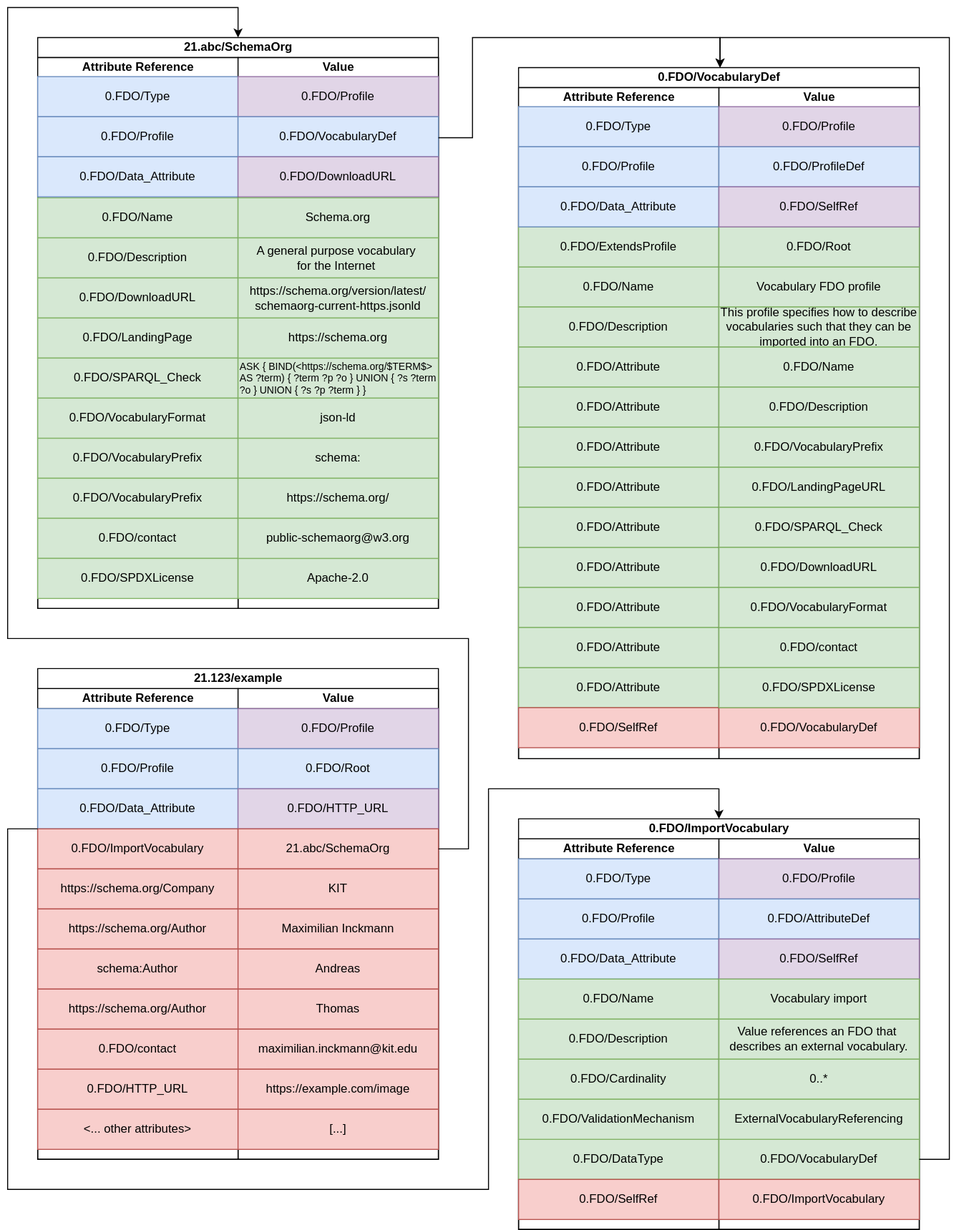
maximiliani/fdo-architecture-spec keeps this draw.io diagram as preview/external-voc-ref/img/external-vocab-attribute.svg. Above is the earlier version. Source tidied: cells renumbered, new cells last; positions are measured from the earlier drawing's top-left corner, leaving out a move shared by most shapes.
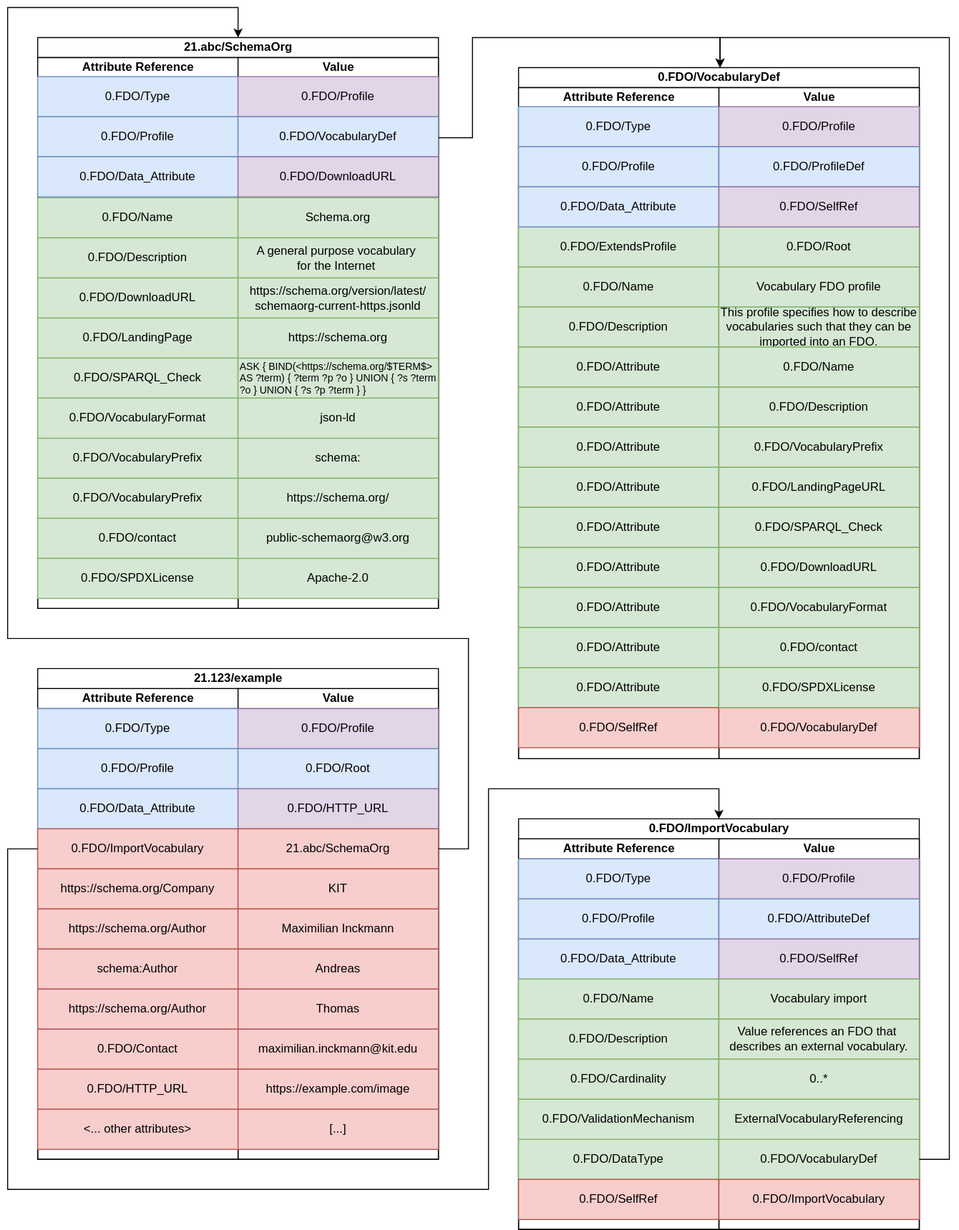
Later version of the same file.

Commit message:
Deploying to gh-pages from @ maximiliani/fdo-architecture-spec@72d9cdcd180420b0d4837c26e7eff612b74c3d47 🚀

Change to the diagram source:
```diff
@@ -251,7 +251,7 @@
     <mxCell id="84" value="Thomas" style="rounded=0;whiteSpace=wrap;html=1;fillColor=#f8cecc;strokeColor=#b85450;" parent="74" vertex="1">
       <mxGeometry y="300" width="200" height="40" as="geometry" />
     </mxCell>
-    <mxCell id="85" value="0.FDO/contact" style="rounded=0;whiteSpace=wrap;html=1;fillColor=#f8cecc;strokeColor=#b85450;" parent="74" vertex="1">
+    <mxCell id="85" value="0.FDO/Contact" style="rounded=0;whiteSpace=wrap;html=1;fillColor=#f8cecc;strokeColor=#b85450;" parent="74" vertex="1">
       <mxGeometry x="-200" y="340" width="200" height="40" as="geometry" />
     </mxCell>
     <mxCell id="86" value="maximilian.inckmann@kit.edu" style="rounded=0;whiteSpace=wrap;html=1;fillColor=#f8cecc;strokeColor=#b85450;" parent="74" vertex="1">
@@ -353,10 +353,10 @@
     <mxCell id="113" value="ExternalVocabularyReferencing" style="rounded=0;whiteSpace=wrap;html=1;fillColor=#d5e8d4;strokeColor=#82b366;" parent="104" vertex="1">
       <mxGeometry y="260" width="200" height="40" as="geometry" />
     </mxCell>
-    <mxCell id="114" style="edgeStyle=orthogonalEdgeStyle;rounded=0;jettySize=auto;html=1;entryX=0.5;entryY=0;entryDx=0;entryDy=0;" parent="1" edge="1" source="71" target="93">
+    <mxCell id="114" style="edgeStyle=orthogonalEdgeStyle;rounded=0;jettySize=auto;html=1;entryX=0.5;entryY=0;entryDx=0;entryDy=0;exitX=0;exitY=0.5;exitDx=0;exitDy=0;" parent="1" edge="1" source="71" target="93">
       <mxGeometry relative="1" as="geometry">
         <Array as="points">
-          <mxPoint y="820" />
+          <mxPoint y="840" />
           <mxPoint y="1180" />
           <mxPoint x="480" y="1180" />
           <mxPoint x="480" y="780" />
```
